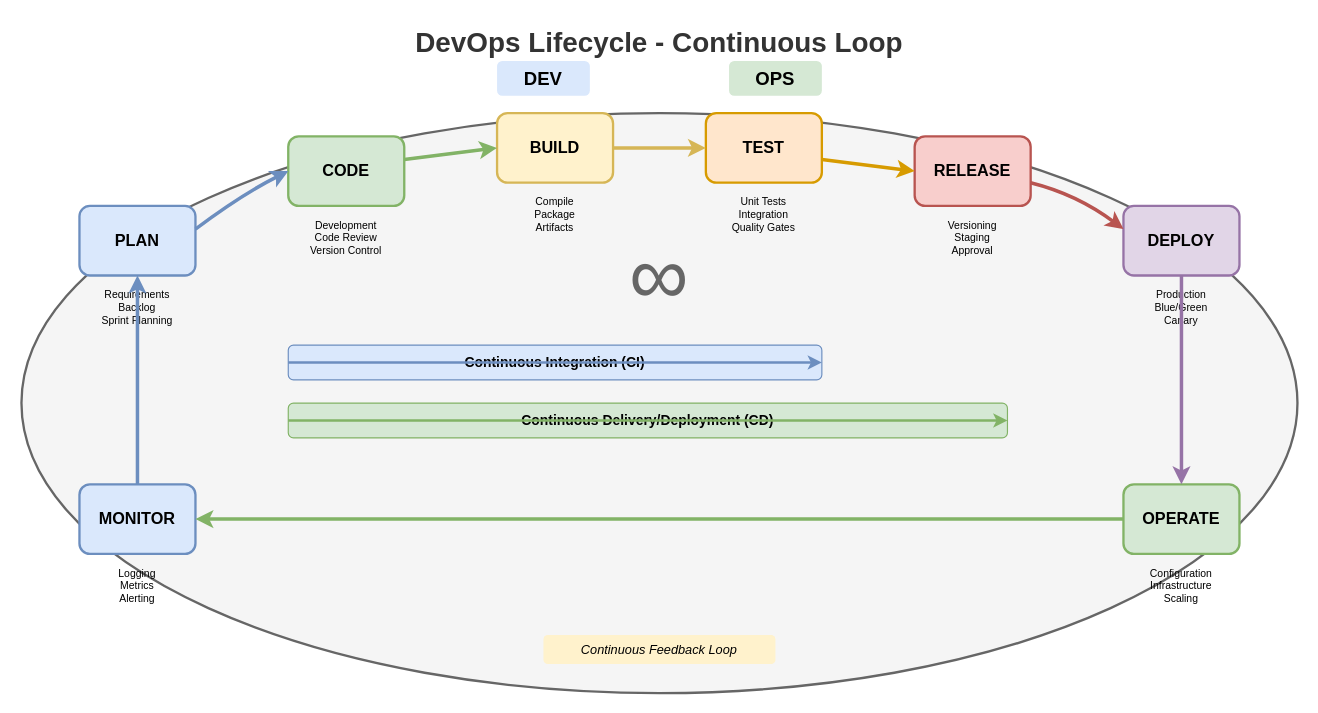
The draw.io diagram lesson-05-devops-platform-engineering/diagrams/1.1-devops-lifecycle.drawio in MrParkerZ7/document-lesson-software-architect-x-claude, before the edit. Source tidied: cells renumbered, new cells numbered last; positions are measured from the earlier drawing's top-left corner, leaving out a move shared by most shapes. Both pictures are drawn from the tidied source at 116%, with x=0, y=0 at pixel (21, 20).
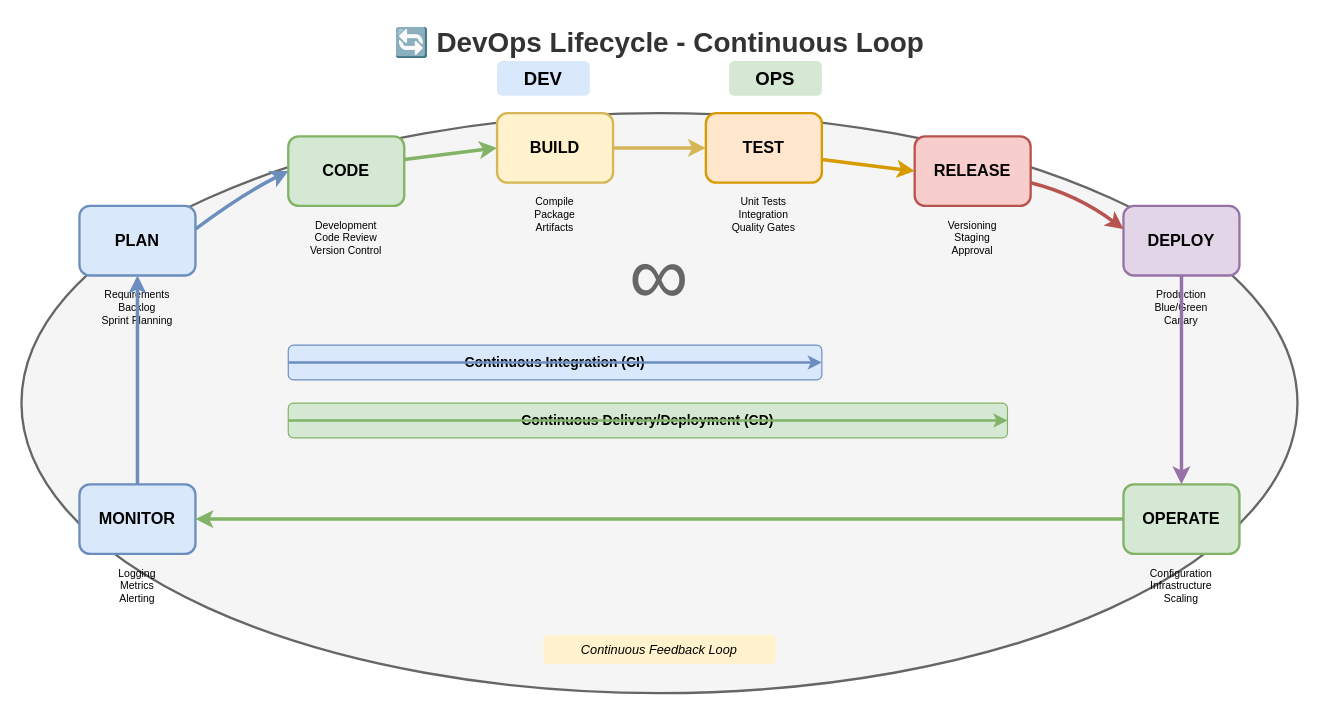
After the change.

The edit, as a diff of the source:
```diff
@@
-    <mxCell id="2" value="DevOps Lifecycle - Continuous Loop" style="text;html=1;strokeColor=none;fillColor=none;align=center;verticalAlign=middle;whiteSpace=wrap;rounded=0;fontSize=24;fontStyle=1;fontColor=#333333;" parent="1" vertex="1">
+    <mxCell id="2" value="🔄 DevOps Lifecycle - Continuous Loop" style="text;html=1;strokeColor=none;fillColor=none;align=center;verticalAlign=middle;whiteSpace=wrap;rounded=0;fontSize=24;fontStyle=1;fontColor=#333333;" parent="1" vertex="1">
       <mxGeometry x="300" width="500" height="40" as="geometry" />
     </mxCell>
```
